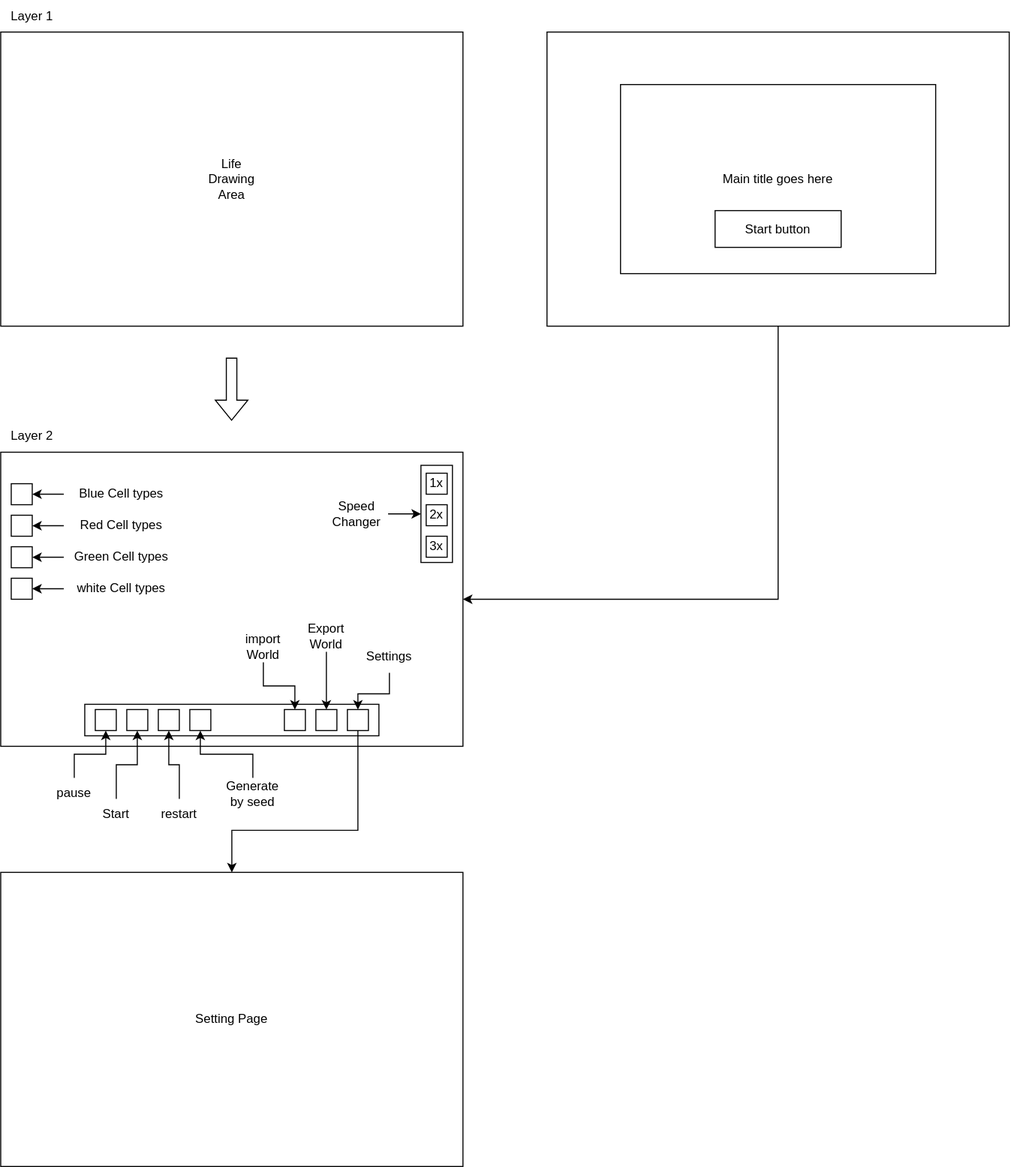
This is diagrams/UserInterfaceWireframes.svg from mFrank34/Life, a draw.io export, as it was before one commit. Source tidied: cells renumbered, new cells last; positions are measured from the earlier drawing's top-left corner, leaving out a move shared by most shapes.
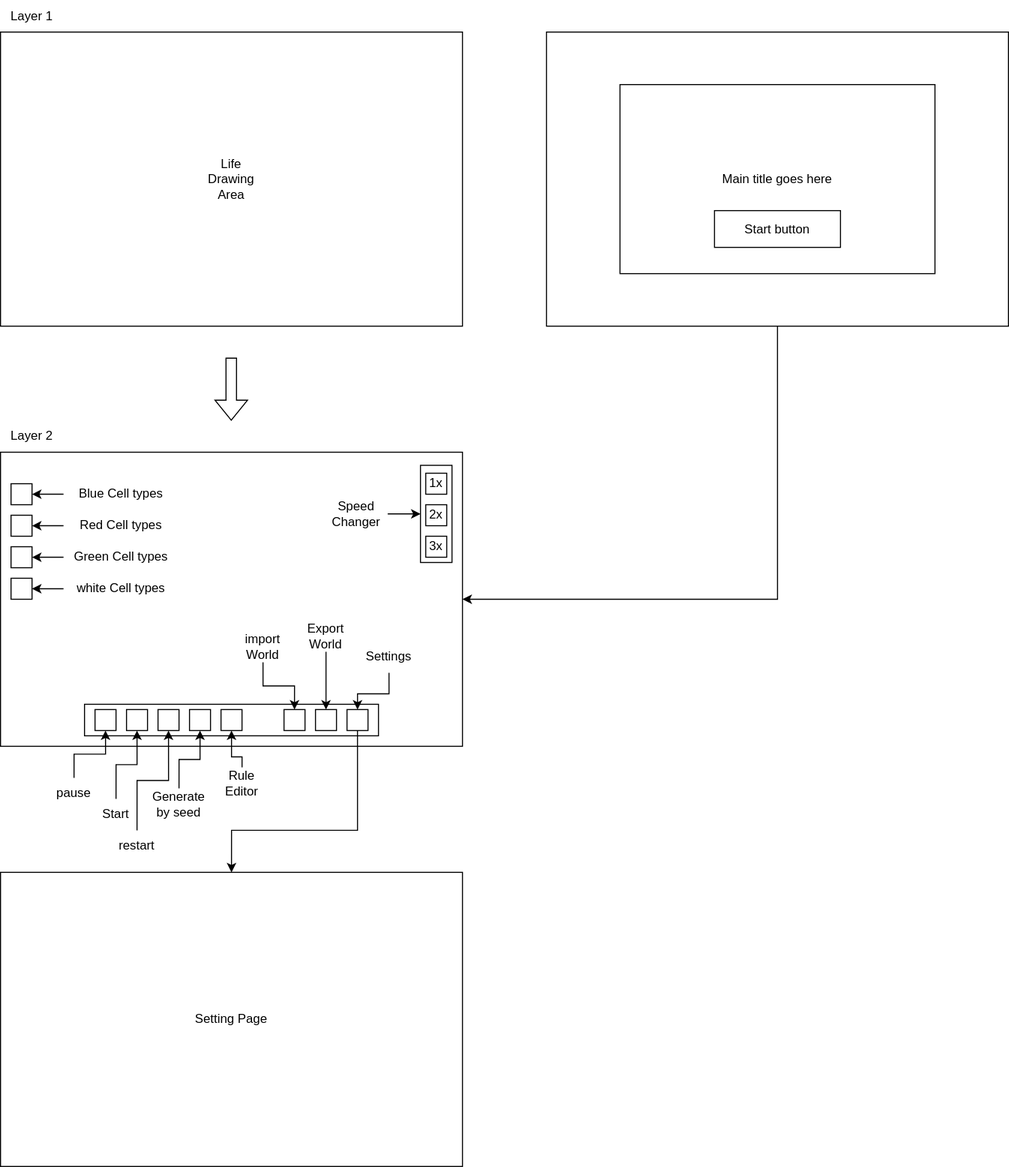
After the change.

Commit message:
crafted the UI that is going to be used from wireframe example, then starting work on building a controller for application level.

Change to the diagram source:
```diff
@@ -74,13 +74,13 @@
       <mxGeometry relative="1" as="geometry" />
     </mxCell>
     <mxCell id="23" value="restart" style="text;html=1;strokeColor=none;fillColor=none;align=center;verticalAlign=middle;whiteSpace=wrap;rounded=0;" parent="1" vertex="1">
-      <mxGeometry x="140" y="760" width="60" height="30" as="geometry" />
+      <mxGeometry x="100" y="790" width="60" height="30" as="geometry" />
     </mxCell>
     <mxCell id="24" style="edgeStyle=orthogonalEdgeStyle;rounded=0;jettySize=auto;html=1;exitX=0.5;exitY=0;exitDx=0;exitDy=0;entryX=0.5;entryY=1;entryDx=0;entryDy=0;" parent="1" edge="1" source="25" target="17">
       <mxGeometry relative="1" as="geometry" />
     </mxCell>
     <mxCell id="25" value="Generate by seed" style="text;html=1;strokeColor=none;fillColor=none;align=center;verticalAlign=middle;whiteSpace=wrap;rounded=0;" parent="1" vertex="1">
-      <mxGeometry x="210" y="740" width="60" height="30" as="geometry" />
+      <mxGeometry x="140" y="750" width="60" height="30" as="geometry" />
     </mxCell>
     <mxCell id="26" style="whiteSpace=wrap;html=1;" parent="1" vertex="1">
       <mxGeometry x="270" y="675" width="20" height="20" as="geometry" />
@@ -169,5 +169,19 @@
     <mxCell id="54" value="Setting Page" style="rounded=0;whiteSpace=wrap;html=1;" parent="1" vertex="1">
       <mxGeometry y="830" width="440" height="280" as="geometry" />
     </mxCell>
+    <mxCell id="55" style="whiteSpace=wrap;html=1;" parent="1" vertex="1">
+      <mxGeometry x="210" y="675" width="20" height="20" as="geometry" />
+    </mxCell>
+    <mxCell id="56" style="edgeStyle=orthogonalEdgeStyle;rounded=0;jettySize=auto;html=1;entryX=0.5;entryY=1;entryDx=0;entryDy=0;" parent="1" edge="1" source="57" target="55">
+      <mxGeometry relative="1" as="geometry">
+        <Array as="points">
+          <mxPoint x="230" y="720" />
+          <mxPoint x="220" y="720" />
+        </Array>
+      </mxGeometry>
+    </mxCell>
+    <mxCell id="57" value="Rule Editor" style="text;html=1;strokeColor=none;fillColor=none;align=center;verticalAlign=middle;whiteSpace=wrap;rounded=0;" parent="1" vertex="1">
+      <mxGeometry x="200" y="730" width="60" height="30" as="geometry" />
+    </mxCell>
   </root>
 </mxGraphModel>
```
